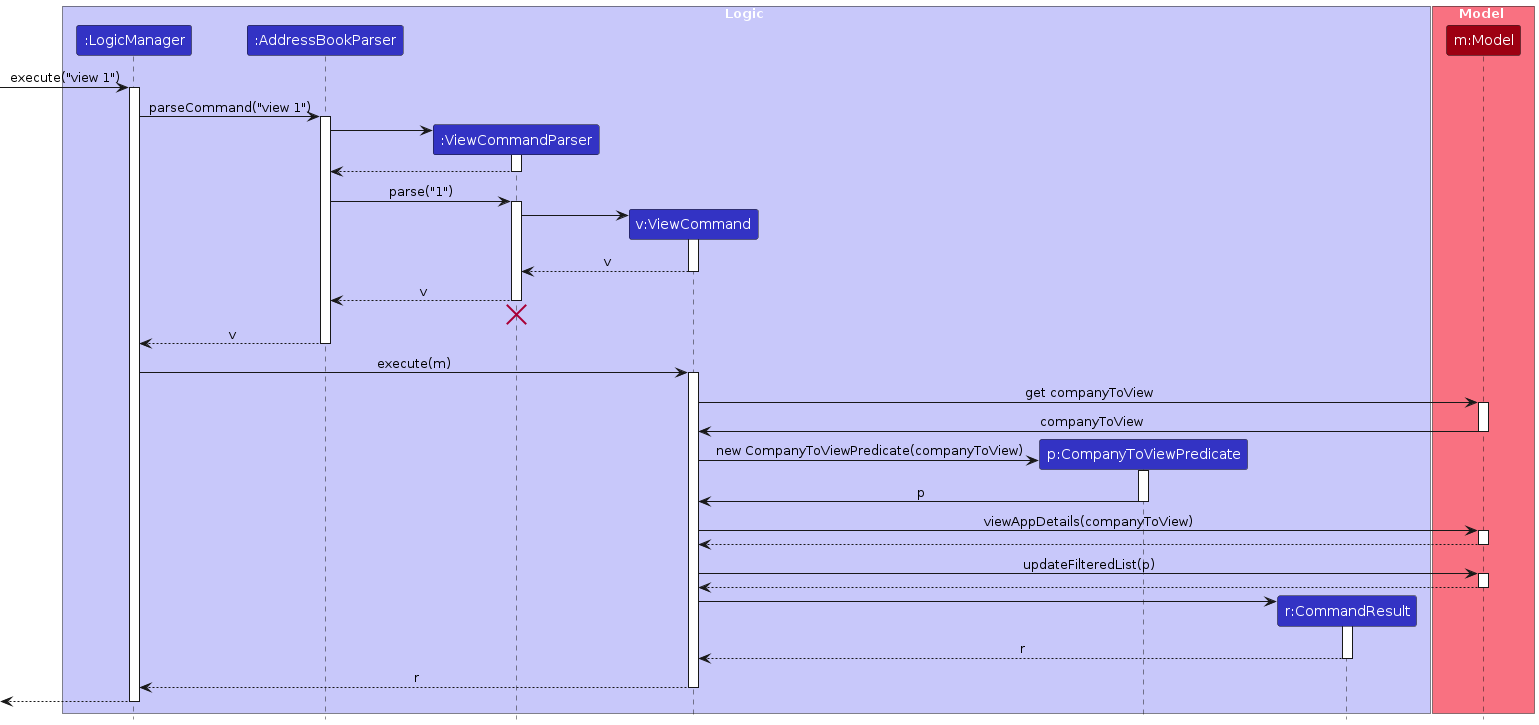
AY2425S1-CS2103T-T09-1/tp keeps this PlantUML diagram as diagrams/ViewSequenceDiagram.png. Above is the earlier version. Its source is kept beside it as diagrams/ViewSequenceDiagram.puml.
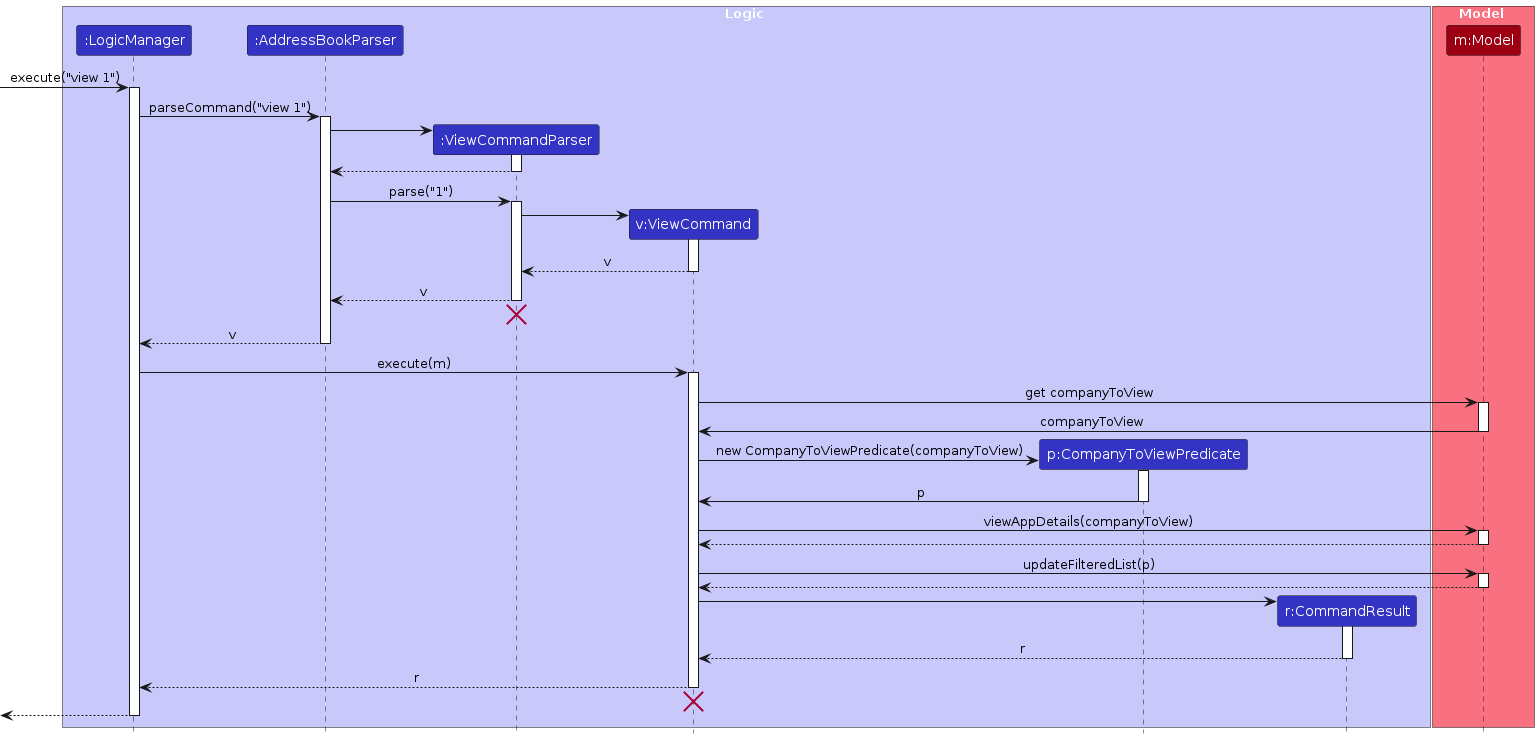
Above is the later version.

Diff of the diagram source:
```diff
@@ -85,6 +85,9 @@
 ViewCommand --> LogicManager : r
 deactivate ViewCommand
 
+ViewCommand -[hidden]-> LogicManager
+destroy ViewCommand
+
 [<-- LogicManager
 deactivate LogicManager
 @enduml
```
